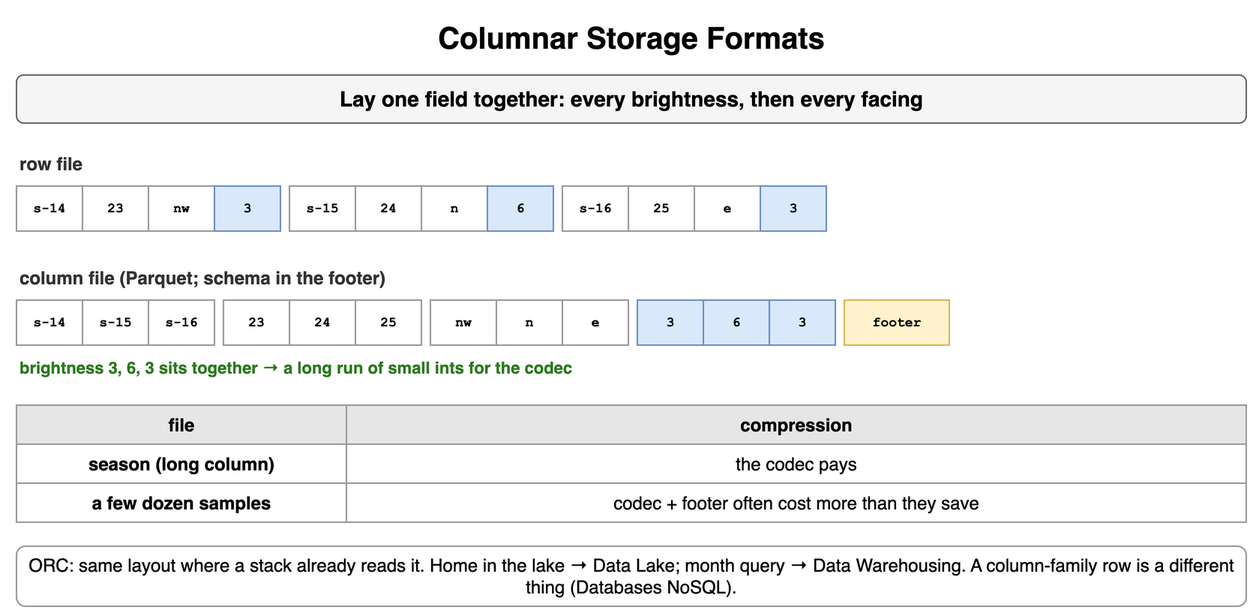
amendez13/swe-study-guide keeps this draw.io diagram as content/09_System_Design_Interview/14_Encoding_Serialization_and_Schema_Evolution/diagrams/encoding-4-columnar-storage-formats.png. Above is the earlier version. Source tidied: cells renumbered, new cells last; positions are measured from the earlier drawing's top-left corner, leaving out a move shared by most shapes.
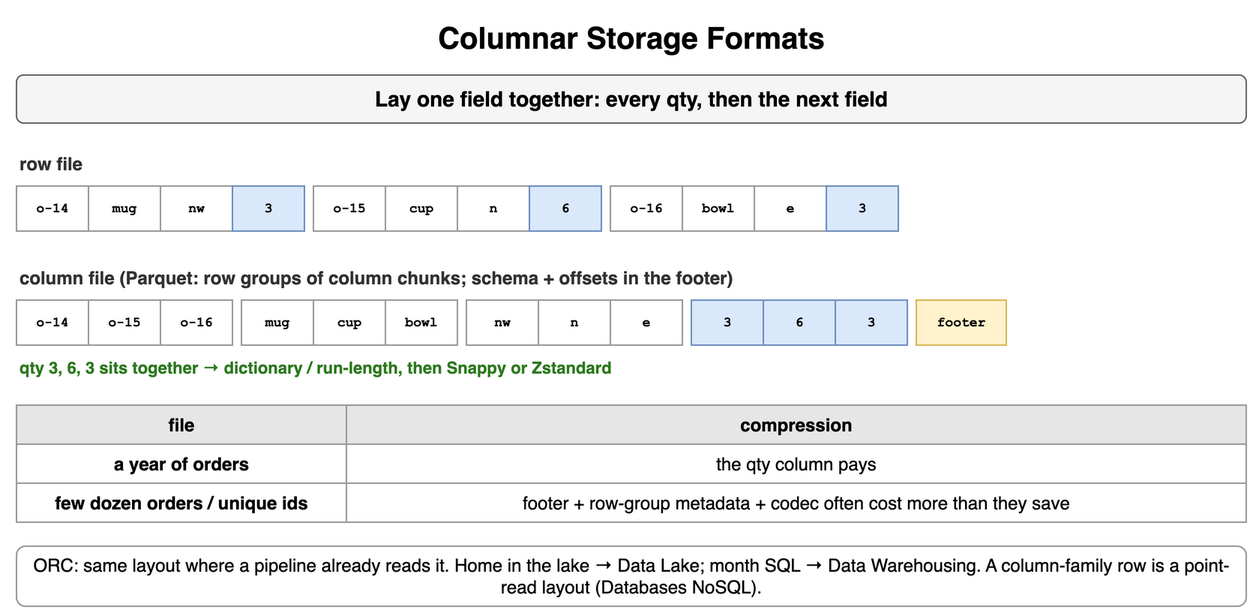
After the commit.

Change to the diagram source:
```diff
@@ -5,91 +5,91 @@
     <mxCell id="2" value="Columnar Storage Formats" style="text;html=1;align=center;verticalAlign=middle;whiteSpace=wrap;fontSize=20;fontStyle=1;" parent="1" vertex="1">
       <mxGeometry width="820" height="30" as="geometry" />
     </mxCell>
-    <mxCell id="3" value="Lay one field together: every brightness, then every facing" style="rounded=1;whiteSpace=wrap;html=1;fillColor=#f5f5f5;strokeColor=#666666;fontStyle=1;fontSize=14;" parent="1" vertex="1">
+    <mxCell id="3" value="Lay one field together: every qty, then the next field" style="rounded=1;whiteSpace=wrap;html=1;fillColor=#f5f5f5;strokeColor=#666666;fontStyle=1;fontSize=14;" parent="1" vertex="1">
       <mxGeometry y="40" width="820" height="32" as="geometry" />
     </mxCell>
     <mxCell id="4" value="row file" style="text;html=1;whiteSpace=wrap;fontSize=11;align=left;verticalAlign=middle;fontSize=12;fontColor=#333333;fontStyle=1;" parent="1" vertex="1">
       <mxGeometry y="90" width="380" height="18" as="geometry" />
     </mxCell>
-    <mxCell id="5" value="s-14" style="rounded=0;whiteSpace=wrap;html=1;fontFamily=Courier New;fontStyle=1;fontSize=13;fillColor=#ffffff;strokeColor=#999999;fontSize=9;" parent="1" vertex="1">
-      <mxGeometry y="114" width="44" height="30" as="geometry" />
+    <mxCell id="5" value="o-14" style="rounded=0;whiteSpace=wrap;html=1;fontFamily=Courier New;fontStyle=1;fontSize=13;fillColor=#ffffff;strokeColor=#999999;fontSize=9;" parent="1" vertex="1">
+      <mxGeometry y="114" width="48" height="30" as="geometry" />
     </mxCell>
-    <mxCell id="6" value="23" style="rounded=0;whiteSpace=wrap;html=1;fontFamily=Courier New;fontStyle=1;fontSize=13;fillColor=#ffffff;strokeColor=#999999;fontSize=9;" parent="1" vertex="1">
-      <mxGeometry x="44" y="114" width="44" height="30" as="geometry" />
+    <mxCell id="6" value="mug" style="rounded=0;whiteSpace=wrap;html=1;fontFamily=Courier New;fontStyle=1;fontSize=13;fillColor=#ffffff;strokeColor=#999999;fontSize=9;" parent="1" vertex="1">
+      <mxGeometry x="48" y="114" width="48" height="30" as="geometry" />
     </mxCell>
     <mxCell id="7" value="nw" style="rounded=0;whiteSpace=wrap;html=1;fontFamily=Courier New;fontStyle=1;fontSize=13;fillColor=#ffffff;strokeColor=#999999;fontSize=9;" parent="1" vertex="1">
-      <mxGeometry x="88" y="114" width="44" height="30" as="geometry" />
+      <mxGeometry x="96" y="114" width="48" height="30" as="geometry" />
     </mxCell>
     <mxCell id="8" value="3" style="rounded=0;whiteSpace=wrap;html=1;fontFamily=Courier New;fontStyle=1;fontSize=13;fillColor=#dae8fc;strokeColor=#6c8ebf;fontSize=9;" parent="1" vertex="1">
-      <mxGeometry x="132" y="114" width="44" height="30" as="geometry" />
+      <mxGeometry x="144" y="114" width="48" height="30" as="geometry" />
     </mxCell>
-    <mxCell id="9" value="s-15" style="rounded=0;whiteSpace=wrap;html=1;fontFamily=Courier New;fontStyle=1;fontSize=13;fillColor=#ffffff;strokeColor=#999999;fontSize=9;" parent="1" vertex="1">
-      <mxGeometry x="182" y="114" width="44" height="30" as="geometry" />
+    <mxCell id="9" value="o-15" style="rounded=0;whiteSpace=wrap;html=1;fontFamily=Courier New;fontStyle=1;fontSize=13;fillColor=#ffffff;strokeColor=#999999;fontSize=9;" parent="1" vertex="1">
+      <mxGeometry x="198" y="114" width="48" height="30" as="geometry" />
     </mxCell>
-    <mxCell id="10" value="24" style="rounded=0;whiteSpace=wrap;html=1;fontFamily=Courier New;fontStyle=1;fontSize=13;fillColor=#ffffff;strokeColor=#999999;fontSize=9;" parent="1" vertex="1">
-      <mxGeometry x="226" y="114" width="44" height="30" as="geometry" />
+    <mxCell id="10" value="cup" style="rounded=0;whiteSpace=wrap;html=1;fontFamily=Courier New;fontStyle=1;fontSize=13;fillColor=#ffffff;strokeColor=#999999;fontSize=9;" parent="1" vertex="1">
+      <mxGeometry x="246" y="114" width="48" height="30" as="geometry" />
     </mxCell>
     <mxCell id="11" value="n" style="rounded=0;whiteSpace=wrap;html=1;fontFamily=Courier New;fontStyle=1;fontSize=13;fillColor=#ffffff;strokeColor=#999999;fontSize=9;" parent="1" vertex="1">
-      <mxGeometry x="270" y="114" width="44" height="30" as="geometry" />
+      <mxGeometry x="294" y="114" width="48" height="30" as="geometry" />
     </mxCell>
     <mxCell id="12" value="6" style="rounded=0;whiteSpace=wrap;html=1;fontFamily=Courier New;fontStyle=1;fontSize=13;fillColor=#dae8fc;strokeColor=#6c8ebf;fontSize=9;" parent="1" vertex="1">
-      <mxGeometry x="314" y="114" width="44" height="30" as="geometry" />
+      <mxGeometry x="342" y="114" width="48" height="30" as="geometry" />
     </mxCell>
-    <mxCell id="13" value="s-16" style="rounded=0;whiteSpace=wrap;html=1;fontFamily=Courier New;fontStyle=1;fontSize=13;fillColor=#ffffff;strokeColor=#999999;fontSize=9;" parent="1" vertex="1">
-      <mxGeometry x="364" y="114" width="44" height="30" as="geometry" />
+    <mxCell id="13" value="o-16" style="rounded=0;whiteSpace=wrap;html=1;fontFamily=Courier New;fontStyle=1;fontSize=13;fillColor=#ffffff;strokeColor=#999999;fontSize=9;" parent="1" vertex="1">
+      <mxGeometry x="396" y="114" width="48" height="30" as="geometry" />
     </mxCell>
-    <mxCell id="14" value="25" style="rounded=0;whiteSpace=wrap;html=1;fontFamily=Courier New;fontStyle=1;fontSize=13;fillColor=#ffffff;strokeColor=#999999;fontSize=9;" parent="1" vertex="1">
-      <mxGeometry x="408" y="114" width="44" height="30" as="geometry" />
+    <mxCell id="14" value="bowl" style="rounded=0;whiteSpace=wrap;html=1;fontFamily=Courier New;fontStyle=1;fontSize=13;fillColor=#ffffff;strokeColor=#999999;fontSize=9;" parent="1" vertex="1">
+      <mxGeometry x="444" y="114" width="48" height="30" as="geometry" />
     </mxCell>
     <mxCell id="15" value="e" style="rounded=0;whiteSpace=wrap;html=1;fontFamily=Courier New;fontStyle=1;fontSize=13;fillColor=#ffffff;strokeColor=#999999;fontSize=9;" parent="1" vertex="1">
-      <mxGeometry x="452" y="114" width="44" height="30" as="geometry" />
+      <mxGeometry x="492" y="114" width="48" height="30" as="geometry" />
     </mxCell>
     <mxCell id="16" value="3" style="rounded=0;whiteSpace=wrap;html=1;fontFamily=Courier New;fontStyle=1;fontSize=13;fillColor=#dae8fc;strokeColor=#6c8ebf;fontSize=9;" parent="1" vertex="1">
-      <mxGeometry x="496" y="114" width="44" height="30" as="geometry" />
+      <mxGeometry x="540" y="114" width="48" height="30" as="geometry" />
     </mxCell>
-    <mxCell id="17" value="column file (Parquet; schema in the footer)" style="text;html=1;whiteSpace=wrap;fontSize=11;align=left;verticalAlign=middle;fontSize=12;fontColor=#333333;fontStyle=1;" parent="1" vertex="1">
-      <mxGeometry y="166" width="500" height="18" as="geometry" />
+    <mxCell id="17" value="column file (Parquet: row groups of column chunks; schema + offsets in the footer)" style="text;html=1;whiteSpace=wrap;fontSize=11;align=left;verticalAlign=middle;fontSize=12;fontColor=#333333;fontStyle=1;" parent="1" vertex="1">
+      <mxGeometry y="166" width="700" height="18" as="geometry" />
     </mxCell>
-    <mxCell id="18" value="s-14" style="rounded=0;whiteSpace=wrap;html=1;fontFamily=Courier New;fontStyle=1;fontSize=13;fillColor=#ffffff;strokeColor=#999999;fontSize=9;" parent="1" vertex="1">
-      <mxGeometry y="190" width="44" height="30" as="geometry" />
+    <mxCell id="18" value="o-14" style="rounded=0;whiteSpace=wrap;html=1;fontFamily=Courier New;fontStyle=1;fontSize=13;fillColor=#ffffff;strokeColor=#999999;fontSize=9;" parent="1" vertex="1">
+      <mxGeometry y="190" width="48" height="30" as="geometry" />
     </mxCell>
-    <mxCell id="19" value="s-15" style="rounded=0;whiteSpace=wrap;html=1;fontFamily=Courier New;fontStyle=1;fontSize=13;fillColor=#ffffff;strokeColor=#999999;fontSize=9;" parent="1" vertex="1">
-      <mxGeometry x="44" y="190" width="44" height="30" as="geometry" />
+    <mxCell id="19" value="o-15" style="rounded=0;whiteSpace=wrap;html=1;fontFamily=Courier New;fontStyle=1;fontSize=13;fillColor=#ffffff;strokeColor=#999999;fontSize=9;" parent="1" vertex="1">
+      <mxGeometry x="48" y="190" width="48" height="30" as="geometry" />
     </mxCell>
-    <mxCell id="20" value="s-16" style="rounded=0;whiteSpace=wrap;html=1;fontFamily=Courier New;fontStyle=1;fontSize=13;fillColor=#ffffff;strokeColor=#999999;fontSize=9;" parent="1" vertex="1">
-      <mxGeometry x="88" y="190" width="44" height="30" as="geometry" />
+    <mxCell id="20" value="o-16" style="rounded=0;whiteSpace=wrap;html=1;fontFamily=Courier New;fontStyle=1;fontSize=13;fillColor=#ffffff;strokeColor=#999999;fontSize=9;" parent="1" vertex="1">
+      <mxGeometry x="96" y="190" width="48" height="30" as="geometry" />
     </mxCell>
-    <mxCell id="21" value="23" style="rounded=0;whiteSpace=wrap;html=1;fontFamily=Courier New;fontStyle=1;fontSize=13;fillColor=#ffffff;strokeColor=#999999;fontSize=9;" parent="1" vertex="1">
-      <mxGeometry x="138" y="190" width="44" height="30" as="geometry" />
+    <mxCell id="21" value="mug" style="rounded=0;whiteSpace=wrap;html=1;fontFamily=Courier New;fontStyle=1;fontSize=13;fillColor=#ffffff;strokeColor=#999999;fontSize=9;" parent="1" vertex="1">
+      <mxGeometry x="150" y="190" width="48" height="30" as="geometry" />
     </mxCell>
-    <mxCell id="22" value="24" style="rounded=0;whiteSpace=wrap;html=1;fontFamily=Courier New;fontStyle=1;fontSize=13;fillColor=#ffffff;strokeColor=#999999;fontSize=9;" parent="1" vertex="1">
-      <mxGeometry x="182" y="190" width="44" height="30" as="geometry" />
+    <mxCell id="22" value="cup" style="rounded=0;whiteSpace=wrap;html=1;fontFamily=Courier New;fontStyle=1;fontSize=13;fillColor=#ffffff;strokeColor=#999999;fontSize=9;" parent="1" vertex="1">
+      <mxGeometry x="198" y="190" width="48" height="30" as="geometry" />
     </mxCell>
-    <mxCell id="23" value="25" style="rounded=0;whiteSpace=wrap;html=1;fontFamily=Courier New;fontStyle=1;fontSize=13;fillColor=#ffffff;strokeColor=#999999;fontSize=9;" parent="1" vertex="1">
-      <mxGeometry x="226" y="190" width="44" height="30" as="geometry" />
+    <mxCell id="23" value="bowl" style="rounded=0;whiteSpace=wrap;html=1;fontFamily=Courier New;fontStyle=1;fontSize=13;fillColor=#ffffff;strokeColor=#999999;fontSize=9;" parent="1" vertex="1">
+      <mxGeometry x="246" y="190" width="48" height="30" as="geometry" />
     </mxCell>
     <mxCell id="24" value="nw" style="rounded=0;whiteSpace=wrap;html=1;fontFamily=Courier New;fontStyle=1;fontSize=13;fillColor=#ffffff;strokeColor=#999999;fontSize=9;" parent="1" vertex="1">
-      <mxGeometry x="276" y="190" width="44" height="30" as="geometry" />
+      <mxGeometry x="300" y="190" width="48" height="30" as="geometry" />
     </mxCell>
     <mxCell id="25" value="n" style="rounded=0;whiteSpace=wrap;html=1;fontFamily=Courier New;fontStyle=1;fontSize=13;fillColor=#ffffff;strokeColor=#999999;fontSize=9;" parent="1" vertex="1">
-      <mxGeometry x="320" y="190" width="44" height="30" as="geometry" />
+      <mxGeometry x="348" y="190" width="48" height="30" as="geometry" />
     </mxCell>
     <mxCell id="26" value="e" style="rounded=0;whiteSpace=wrap;html=1;fontFamily=Courier New;fontStyle=1;fontSize=13;fillColor=#ffffff;strokeColor=#999999;fontSize=9;" parent="1" vertex="1">
-      <mxGeometry x="364" y="190" width="44" height="30" as="geometry" />
+      <mxGeometry x="396" y="190" width="48" height="30" as="geometry" />
     </mxCell>
     <mxCell id="27" value="3" style="rounded=0;whiteSpace=wrap;html=1;fontFamily=Courier New;fontStyle=1;fontSize=13;fillColor=#dae8fc;strokeColor=#6c8ebf;fontSize=9;" parent="1" vertex="1">
-      <mxGeometry x="414" y="190" width="44" height="30" as="geometry" />
+      <mxGeometry x="450" y="190" width="48" height="30" as="geometry" />
     </mxCell>
     <mxCell id="28" value="6" style="rounded=0;whiteSpace=wrap;html=1;fontFamily=Courier New;fontStyle=1;fontSize=13;fillColor=#dae8fc;strokeColor=#6c8ebf;fontSize=9;" parent="1" vertex="1">
-      <mxGeometry x="458" y="190" width="44" height="30" as="geometry" />
+      <mxGeometry x="498" y="190" width="48" height="30" as="geometry" />
     </mxCell>
     <mxCell id="29" value="3" style="rounded=0;whiteSpace=wrap;html=1;fontFamily=Courier New;fontStyle=1;fontSize=13;fillColor=#dae8fc;strokeColor=#6c8ebf;fontSize=9;" parent="1" vertex="1">
-      <mxGeometry x="502" y="190" width="44" height="30" as="geometry" />
+      <mxGeometry x="546" y="190" width="48" height="30" as="geometry" />
     </mxCell>
     <mxCell id="30" value="footer" style="rounded=0;whiteSpace=wrap;html=1;fontFamily=Courier New;fontStyle=1;fontSize=13;fillColor=#fff2cc;strokeColor=#d6b656;fontSize=9;" parent="1" vertex="1">
-      <mxGeometry x="552" y="190" width="70" height="30" as="geometry" />
+      <mxGeometry x="600" y="190" width="60" height="30" as="geometry" />
     </mxCell>
-    <mxCell id="31" value="brightness 3, 6, 3 sits together → a long run of small ints for the codec" style="text;html=1;whiteSpace=wrap;fontSize=11;align=left;verticalAlign=middle;fontSize=11;fontColor=#2d7a1f;fontStyle=1;" parent="1" vertex="1">
+    <mxCell id="31" value="qty 3, 6, 3 sits together → dictionary / run-length, then Snappy or Zstandard" style="text;html=1;whiteSpace=wrap;fontSize=11;align=left;verticalAlign=middle;fontSize=11;fontColor=#2d7a1f;fontStyle=1;" parent="1" vertex="1">
       <mxGeometry y="226" width="820" height="18" as="geometry" />
     </mxCell>
     <mxCell id="32" value="file" style="whiteSpace=wrap;html=1;fillColor=#e6e6e6;strokeColor=#999999;fontStyle=1;fontSize=12;" parent="1" vertex="1">
@@ -98,19 +98,19 @@
     <mxCell id="33" value="compression" style="whiteSpace=wrap;html=1;fillColor=#e6e6e6;strokeColor=#999999;fontStyle=1;fontSize=12;" parent="1" vertex="1">
       <mxGeometry x="220" y="260" width="600" height="26" as="geometry" />
     </mxCell>
-    <mxCell id="34" value="season (long column)" style="whiteSpace=wrap;html=1;strokeColor=#999999;fontSize=12;fillColor=#ffffff;fontStyle=1;" parent="1" vertex="1">
+    <mxCell id="34" value="a year of orders" style="whiteSpace=wrap;html=1;strokeColor=#999999;fontSize=12;fillColor=#ffffff;fontStyle=1;" parent="1" vertex="1">
       <mxGeometry y="286" width="220" height="26" as="geometry" />
     </mxCell>
-    <mxCell id="35" value="the codec pays" style="whiteSpace=wrap;html=1;strokeColor=#999999;fontSize=12;fillColor=#ffffff;" parent="1" vertex="1">
+    <mxCell id="35" value="the qty column pays" style="whiteSpace=wrap;html=1;strokeColor=#999999;fontSize=12;fillColor=#ffffff;" parent="1" vertex="1">
       <mxGeometry x="220" y="286" width="600" height="26" as="geometry" />
     </mxCell>
-    <mxCell id="36" value="a few dozen samples" style="whiteSpace=wrap;html=1;strokeColor=#999999;fontSize=12;fillColor=#ffffff;fontStyle=1;" parent="1" vertex="1">
+    <mxCell id="36" value="few dozen orders / unique ids" style="whiteSpace=wrap;html=1;strokeColor=#999999;fontSize=12;fillColor=#ffffff;fontStyle=1;" parent="1" vertex="1">
       <mxGeometry y="312" width="220" height="26" as="geometry" />
     </mxCell>
-    <mxCell id="37" value="codec + footer often cost more than they save" style="whiteSpace=wrap;html=1;strokeColor=#999999;fontSize=12;fillColor=#ffffff;" parent="1" vertex="1">
+    <mxCell id="37" value="footer + row-group metadata + codec often cost more than they save" style="whiteSpace=wrap;html=1;strokeColor=#999999;fontSize=12;fillColor=#ffffff;" parent="1" vertex="1">
       <mxGeometry x="220" y="312" width="600" height="26" as="geometry" />
     </mxCell>
-    <mxCell id="38" value="ORC: same layout where a stack already reads it. Home in the lake → Data Lake; month query → Data Warehousing. A column-family row is a different thing (Databases NoSQL)." style="rounded=1;whiteSpace=wrap;html=1;fillColor=#ffffff;strokeColor=#999999;fontSize=12;align=center;" parent="1" vertex="1">
+    <mxCell id="38" value="ORC: same layout where a pipeline already reads it. Home in the lake → Data Lake; month SQL → Data Warehousing. A column-family row is a point-read layout (Databases NoSQL)." style="rounded=1;whiteSpace=wrap;html=1;fillColor=#ffffff;strokeColor=#999999;fontSize=12;align=center;" parent="1" vertex="1">
       <mxGeometry y="354" width="820" height="40" as="geometry" />
     </mxCell>
   </root>
```
